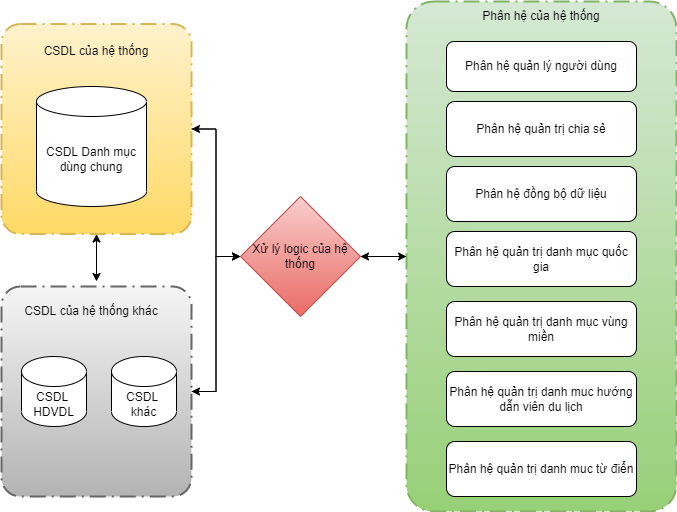
The draw.io diagram tcdl-Page-6.drawio.png in letheanh12345/Draw-io, before a commit. Source tidied: cells renumbered, new cells last; positions are measured from the earlier drawing's top-left corner, leaving out a move shared by most shapes. Source of this version:
```xml
<mxGraphModel>
  <root>
    <mxCell id="0" />
    <mxCell id="1" parent="0" />
    <mxCell id="2" style="edgeStyle=orthogonalEdgeStyle;rounded=0;jettySize=auto;html=1;entryX=0;entryY=0.5;entryDx=0;entryDy=0;" parent="1" edge="1" source="3" target="25">
      <mxGeometry relative="1" as="geometry" />
    </mxCell>
    <mxCell id="3" style="points=[[0.25,0,0],[0.5,0,0],[0.75,0,0],[1,0.25,0],[1,0.5,0],[1,0.75,0],[0.75,1,0],[0.5,1,0],[0.25,1,0],[0,0.75,0],[0,0.5,0],[0,0.25,0]];rounded=1;arcSize=10;dashed=1;dashPattern=8 3 1 3;strokeWidth=2;fontStyle=1;fontSize=20;fillColor=#fff2cc;gradientColor=#ffd966;strokeColor=#d6b656;" parent="1" vertex="1">
      <mxGeometry y="22.5" width="190" height="210" as="geometry" />
    </mxCell>
    <mxCell id="4" value="CSDL của hệ thống" style="text;html=1;strokeColor=none;fillColor=none;align=center;verticalAlign=middle;whiteSpace=wrap;rounded=0;" parent="1" vertex="1">
      <mxGeometry x="15" y="35" width="160" height="30" as="geometry" />
    </mxCell>
    <mxCell id="5" value="CSDL Danh mục dùng chung" style="shape=cylinder3;whiteSpace=wrap;html=1;boundedLbl=1;backgroundOutline=1;size=15;" parent="1" vertex="1">
      <mxGeometry x="35" y="85" width="110" height="120" as="geometry" />
    </mxCell>
    <mxCell id="6" style="edgeStyle=orthogonalEdgeStyle;rounded=0;jettySize=auto;html=1;entryX=1;entryY=0.5;entryDx=0;entryDy=0;" parent="1" edge="1" source="7" target="25">
      <mxGeometry relative="1" as="geometry" />
    </mxCell>
    <mxCell id="7" style="points=[[0.25,0,0],[0.5,0,0],[0.75,0,0],[1,0.25,0],[1,0.5,0],[1,0.75,0],[0.75,1,0],[0.5,1,0],[0.25,1,0],[0,0.75,0],[0,0.5,0],[0,0.25,0]];rounded=1;arcSize=10;dashed=1;dashPattern=8 3 1 3;strokeWidth=2;fontStyle=1;fontSize=20;fillColor=#d5e8d4;gradientColor=#97d077;strokeColor=#82b366;" parent="1" vertex="1">
      <mxGeometry x="405" width="270" height="510" as="geometry" />
    </mxCell>
    <mxCell id="8" value="Phân hệ quản lý người dùng" style="rounded=1;whiteSpace=wrap;html=1;" parent="1" vertex="1">
      <mxGeometry x="445" y="40" width="190" height="50" as="geometry" />
    </mxCell>
    <mxCell id="9" value="Phân hệ của hệ thống" style="text;html=1;strokeColor=none;fillColor=none;align=center;verticalAlign=middle;whiteSpace=wrap;rounded=0;" parent="1" vertex="1">
      <mxGeometry x="425" width="230" height="30" as="geometry" />
    </mxCell>
    <mxCell id="10" value="Phân hệ quản trị chia sẻ" style="rounded=1;whiteSpace=wrap;html=1;" parent="1" vertex="1">
      <mxGeometry x="445" y="100" width="190" height="55" as="geometry" />
    </mxCell>
    <mxCell id="11" value="Phân hệ đồng bộ dữ liệu" style="rounded=1;whiteSpace=wrap;html=1;" parent="1" vertex="1">
      <mxGeometry x="445" y="165" width="190" height="55" as="geometry" />
    </mxCell>
    <mxCell id="12" value="Phân hệ quản trị danh mục quốc gia" style="rounded=1;whiteSpace=wrap;html=1;" parent="1" vertex="1">
      <mxGeometry x="445" y="230" width="190" height="55" as="geometry" />
    </mxCell>
    <mxCell id="13" value="Phân hệ quản trị danh mục vùng miền" style="rounded=1;whiteSpace=wrap;html=1;" parent="1" vertex="1">
      <mxGeometry x="445" y="300" width="190" height="55" as="geometry" />
    </mxCell>
    <mxCell id="14" value="Phân hệ quản trị danh muc hướng dẫn viên du lịch" style="rounded=1;whiteSpace=wrap;html=1;" parent="1" vertex="1">
      <mxGeometry x="445" y="370" width="190" height="55" as="geometry" />
    </mxCell>
    <mxCell id="15" value="Phân hệ quản trị danh muc từ điển" style="rounded=1;whiteSpace=wrap;html=1;" parent="1" vertex="1">
      <mxGeometry x="445" y="440" width="190" height="55" as="geometry" />
    </mxCell>
    <mxCell id="16" style="edgeStyle=orthogonalEdgeStyle;rounded=0;jettySize=auto;html=1;entryX=0;entryY=0.5;entryDx=0;entryDy=0;" parent="1" edge="1" source="17" target="25">
      <mxGeometry relative="1" as="geometry" />
    </mxCell>
    <mxCell id="17" style="points=[[0.25,0,0],[0.5,0,0],[0.75,0,0],[1,0.25,0],[1,0.5,0],[1,0.75,0],[0.75,1,0],[0.5,1,0],[0.25,1,0],[0,0.75,0],[0,0.5,0],[0,0.25,0]];rounded=1;arcSize=10;dashed=1;dashPattern=8 3 1 3;strokeWidth=2;fontStyle=1;fontSize=20;fillColor=#f5f5f5;gradientColor=#b3b3b3;strokeColor=#666666;" parent="1" vertex="1">
      <mxGeometry y="285" width="190" height="210" as="geometry" />
    </mxCell>
    <mxCell id="18" value="CSDL của hệ thống khác" style="text;html=1;strokeColor=none;fillColor=none;align=center;verticalAlign=middle;whiteSpace=wrap;rounded=0;" parent="1" vertex="1">
      <mxGeometry x="10" y="295" width="160" height="30" as="geometry" />
    </mxCell>
    <mxCell id="19" value="CSDL&amp;nbsp; HDVDL" style="shape=cylinder3;whiteSpace=wrap;html=1;boundedLbl=1;backgroundOutline=1;size=15;" parent="1" vertex="1">
      <mxGeometry x="20" y="355" width="65" height="70" as="geometry" />
    </mxCell>
    <mxCell id="20" value="CSDL&amp;nbsp; khác" style="shape=cylinder3;whiteSpace=wrap;html=1;boundedLbl=1;backgroundOutline=1;size=15;" parent="1" vertex="1">
      <mxGeometry x="110" y="355" width="65" height="70" as="geometry" />
    </mxCell>
    <mxCell id="21" style="endArrow=classic;startArrow=classic;html=1;rounded=0;exitX=0.5;exitY=1;exitDx=0;exitDy=0;exitPerimeter=0;" parent="1" edge="1" source="3">
      <mxGeometry relative="1" as="geometry">
        <mxPoint x="95" y="280" as="targetPoint" />
      </mxGeometry>
    </mxCell>
    <mxCell id="22" style="edgeStyle=orthogonalEdgeStyle;rounded=0;jettySize=auto;html=1;entryX=0;entryY=0.5;entryDx=0;entryDy=0;entryPerimeter=0;" parent="1" edge="1" source="25" target="7">
      <mxGeometry relative="1" as="geometry" />
    </mxCell>
    <mxCell id="23" style="edgeStyle=orthogonalEdgeStyle;rounded=0;jettySize=auto;html=1;entryX=1;entryY=0.5;entryDx=0;entryDy=0;entryPerimeter=0;" parent="1" edge="1" source="25" target="3">
      <mxGeometry relative="1" as="geometry" />
    </mxCell>
    <mxCell id="24" style="edgeStyle=orthogonalEdgeStyle;rounded=0;jettySize=auto;html=1;entryX=1;entryY=0.5;entryDx=0;entryDy=0;entryPerimeter=0;" parent="1" edge="1" source="25" target="17">
      <mxGeometry relative="1" as="geometry" />
    </mxCell>
    <mxCell id="25" value="Xử lý logic của hệ thống" style="rhombus;whiteSpace=wrap;html=1;fillColor=#f8cecc;gradientColor=#ea6b66;strokeColor=#b85450;" parent="1" vertex="1">
      <mxGeometry x="239" y="195" width="120" height="120" as="geometry" />
    </mxCell>
  </root>
</mxGraphModel>
```
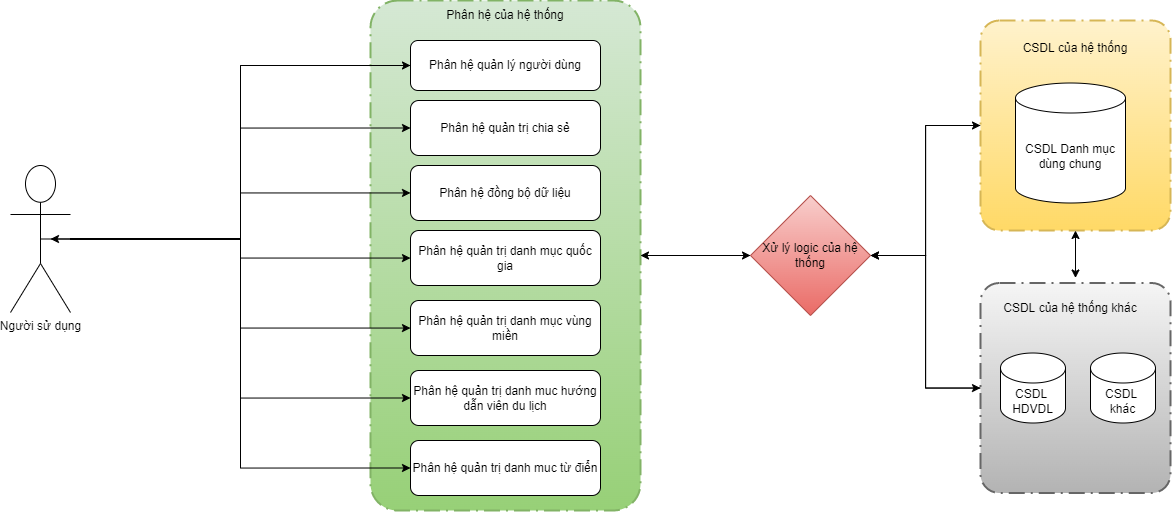
The same diagram one commit later.

Change to the diagram source:
```diff
@@ -2,24 +2,34 @@
   <root>
     <mxCell id="0" />
     <mxCell id="1" parent="0" />
-    <mxCell id="2" style="edgeStyle=orthogonalEdgeStyle;rounded=0;jettySize=auto;html=1;entryX=0;entryY=0.5;entryDx=0;entryDy=0;" parent="1" edge="1" source="3" target="25">
+    <mxCell id="2" style="edgeStyle=orthogonalEdgeStyle;rounded=0;jettySize=auto;html=1;entryX=1;entryY=0.5;entryDx=0;entryDy=0;" parent="1" edge="1" source="3" target="25">
       <mxGeometry relative="1" as="geometry" />
     </mxCell>
     <mxCell id="3" style="points=[[0.25,0,0],[0.5,0,0],[0.75,0,0],[1,0.25,0],[1,0.5,0],[1,0.75,0],[0.75,1,0],[0.5,1,0],[0.25,1,0],[0,0.75,0],[0,0.5,0],[0,0.25,0]];rounded=1;arcSize=10;dashed=1;dashPattern=8 3 1 3;strokeWidth=2;fontStyle=1;fontSize=20;fillColor=#fff2cc;gradientColor=#ffd966;strokeColor=#d6b656;" parent="1" vertex="1">
-      <mxGeometry y="22.5" width="190" height="210" as="geometry" />
+      <mxGeometry x="1015" y="20" width="190" height="210" as="geometry" />
     </mxCell>
     <mxCell id="4" value="CSDL của hệ thống" style="text;html=1;strokeColor=none;fillColor=none;align=center;verticalAlign=middle;whiteSpace=wrap;rounded=0;" parent="1" vertex="1">
-      <mxGeometry x="15" y="35" width="160" height="30" as="geometry" />
+      <mxGeometry x="1030" y="32.5" width="160" height="30" as="geometry" />
     </mxCell>
     <mxCell id="5" value="CSDL Danh mục dùng chung" style="shape=cylinder3;whiteSpace=wrap;html=1;boundedLbl=1;backgroundOutline=1;size=15;" parent="1" vertex="1">
-      <mxGeometry x="35" y="85" width="110" height="120" as="geometry" />
+      <mxGeometry x="1050" y="82.5" width="110" height="120" as="geometry" />
     </mxCell>
-    <mxCell id="6" style="edgeStyle=orthogonalEdgeStyle;rounded=0;jettySize=auto;html=1;entryX=1;entryY=0.5;entryDx=0;entryDy=0;" parent="1" edge="1" source="7" target="25">
+    <mxCell id="6" style="edgeStyle=orthogonalEdgeStyle;rounded=0;jettySize=auto;html=1;entryX=0;entryY=0.5;entryDx=0;entryDy=0;" parent="1" edge="1" source="7" target="25">
       <mxGeometry relative="1" as="geometry" />
     </mxCell>
     <mxCell id="7" style="points=[[0.25,0,0],[0.5,0,0],[0.75,0,0],[1,0.25,0],[1,0.5,0],[1,0.75,0],[0.75,1,0],[0.5,1,0],[0.25,1,0],[0,0.75,0],[0,0.5,0],[0,0.25,0]];rounded=1;arcSize=10;dashed=1;dashPattern=8 3 1 3;strokeWidth=2;fontStyle=1;fontSize=20;fillColor=#d5e8d4;gradientColor=#97d077;strokeColor=#82b366;" parent="1" vertex="1">
       <mxGeometry x="405" width="270" height="510" as="geometry" />
     </mxCell>
+    <mxCell id="26" style="edgeStyle=orthogonalEdgeStyle;rounded=0;orthogonalLoop=1;jettySize=auto;html=1;entryX=0.5;entryY=0.5;entryDx=0;entryDy=0;entryPerimeter=0;" parent="1" edge="1">
+      <mxGeometry relative="1" as="geometry">
+        <mxPoint x="445" y="65" as="sourcePoint" />
+        <mxPoint x="85" y="238.5" as="targetPoint" />
+        <Array as="points">
+          <mxPoint x="275" y="65" />
+          <mxPoint x="275" y="238" />
+        </Array>
+      </mxGeometry>
+    </mxCell>
     <mxCell id="8" value="Phân hệ quản lý người dùng" style="rounded=1;whiteSpace=wrap;html=1;" parent="1" vertex="1">
       <mxGeometry x="445" y="40" width="190" height="50" as="geometry" />
     </mxCell>
@@ -44,37 +54,61 @@
     <mxCell id="15" value="Phân hệ quản trị danh muc từ điển" style="rounded=1;whiteSpace=wrap;html=1;" parent="1" vertex="1">
       <mxGeometry x="445" y="440" width="190" height="55" as="geometry" />
     </mxCell>
-    <mxCell id="16" style="edgeStyle=orthogonalEdgeStyle;rounded=0;jettySize=auto;html=1;entryX=0;entryY=0.5;entryDx=0;entryDy=0;" parent="1" edge="1" source="17" target="25">
+    <mxCell id="16" style="edgeStyle=orthogonalEdgeStyle;rounded=0;jettySize=auto;html=1;entryX=1;entryY=0.5;entryDx=0;entryDy=0;" parent="1" edge="1" source="17" target="25">
       <mxGeometry relative="1" as="geometry" />
     </mxCell>
     <mxCell id="17" style="points=[[0.25,0,0],[0.5,0,0],[0.75,0,0],[1,0.25,0],[1,0.5,0],[1,0.75,0],[0.75,1,0],[0.5,1,0],[0.25,1,0],[0,0.75,0],[0,0.5,0],[0,0.25,0]];rounded=1;arcSize=10;dashed=1;dashPattern=8 3 1 3;strokeWidth=2;fontStyle=1;fontSize=20;fillColor=#f5f5f5;gradientColor=#b3b3b3;strokeColor=#666666;" parent="1" vertex="1">
-      <mxGeometry y="285" width="190" height="210" as="geometry" />
+      <mxGeometry x="1015" y="282.5" width="190" height="210" as="geometry" />
     </mxCell>
     <mxCell id="18" value="CSDL của hệ thống khác" style="text;html=1;strokeColor=none;fillColor=none;align=center;verticalAlign=middle;whiteSpace=wrap;rounded=0;" parent="1" vertex="1">
-      <mxGeometry x="10" y="295" width="160" height="30" as="geometry" />
+      <mxGeometry x="1025" y="292.5" width="160" height="30" as="geometry" />
     </mxCell>
     <mxCell id="19" value="CSDL&amp;nbsp; HDVDL" style="shape=cylinder3;whiteSpace=wrap;html=1;boundedLbl=1;backgroundOutline=1;size=15;" parent="1" vertex="1">
-      <mxGeometry x="20" y="355" width="65" height="70" as="geometry" />
+      <mxGeometry x="1035" y="352.5" width="65" height="70" as="geometry" />
     </mxCell>
     <mxCell id="20" value="CSDL&amp;nbsp; khác" style="shape=cylinder3;whiteSpace=wrap;html=1;boundedLbl=1;backgroundOutline=1;size=15;" parent="1" vertex="1">
-      <mxGeometry x="110" y="355" width="65" height="70" as="geometry" />
+      <mxGeometry x="1125" y="352.5" width="65" height="70" as="geometry" />
     </mxCell>
     <mxCell id="21" style="endArrow=classic;startArrow=classic;html=1;rounded=0;exitX=0.5;exitY=1;exitDx=0;exitDy=0;exitPerimeter=0;" parent="1" edge="1" source="3">
       <mxGeometry relative="1" as="geometry">
-        <mxPoint x="95" y="280" as="targetPoint" />
+        <mxPoint x="1110" y="277.5" as="targetPoint" />
       </mxGeometry>
     </mxCell>
-    <mxCell id="22" style="edgeStyle=orthogonalEdgeStyle;rounded=0;jettySize=auto;html=1;entryX=0;entryY=0.5;entryDx=0;entryDy=0;entryPerimeter=0;" parent="1" edge="1" source="25" target="7">
+    <mxCell id="22" style="edgeStyle=orthogonalEdgeStyle;rounded=0;jettySize=auto;html=1;entryX=1;entryY=0.5;entryDx=0;entryDy=0;entryPerimeter=0;" parent="1" edge="1" source="25" target="7">
       <mxGeometry relative="1" as="geometry" />
     </mxCell>
-    <mxCell id="23" style="edgeStyle=orthogonalEdgeStyle;rounded=0;jettySize=auto;html=1;entryX=1;entryY=0.5;entryDx=0;entryDy=0;entryPerimeter=0;" parent="1" edge="1" source="25" target="3">
+    <mxCell id="23" style="edgeStyle=orthogonalEdgeStyle;rounded=0;jettySize=auto;html=1;entryX=0;entryY=0.5;entryDx=0;entryDy=0;entryPerimeter=0;" parent="1" edge="1" source="25" target="3">
       <mxGeometry relative="1" as="geometry" />
     </mxCell>
-    <mxCell id="24" style="edgeStyle=orthogonalEdgeStyle;rounded=0;jettySize=auto;html=1;entryX=1;entryY=0.5;entryDx=0;entryDy=0;entryPerimeter=0;" parent="1" edge="1" source="25" target="17">
+    <mxCell id="24" style="edgeStyle=orthogonalEdgeStyle;rounded=0;jettySize=auto;html=1;" parent="1" edge="1" source="25" target="17">
       <mxGeometry relative="1" as="geometry" />
     </mxCell>
     <mxCell id="25" value="Xử lý logic của hệ thống" style="rhombus;whiteSpace=wrap;html=1;fillColor=#f8cecc;gradientColor=#ea6b66;strokeColor=#b85450;" parent="1" vertex="1">
-      <mxGeometry x="239" y="195" width="120" height="120" as="geometry" />
+      <mxGeometry x="785" y="195" width="120" height="120" as="geometry" />
     </mxCell>
+    <mxCell id="27" style="edgeStyle=orthogonalEdgeStyle;rounded=0;jettySize=auto;html=1;exitX=0.5;exitY=0.5;exitDx=0;exitDy=0;exitPerimeter=0;entryX=0;entryY=0.5;entryDx=0;entryDy=0;" parent="1" edge="1" source="34" target="8">
+      <mxGeometry relative="1" as="geometry" />
+    </mxCell>
+    <mxCell id="28" style="edgeStyle=orthogonalEdgeStyle;rounded=0;jettySize=auto;html=1;entryX=0;entryY=0.5;entryDx=0;entryDy=0;" parent="1" edge="1" source="34" target="10">
+      <mxGeometry relative="1" as="geometry" />
+    </mxCell>
+    <mxCell id="29" style="edgeStyle=orthogonalEdgeStyle;rounded=0;jettySize=auto;html=1;" parent="1" edge="1" source="34" target="11">
+      <mxGeometry relative="1" as="geometry" />
+    </mxCell>
+    <mxCell id="30" style="edgeStyle=orthogonalEdgeStyle;rounded=0;jettySize=auto;html=1;" parent="1" edge="1" source="34" target="12">
+      <mxGeometry relative="1" as="geometry" />
+    </mxCell>
+    <mxCell id="31" style="edgeStyle=orthogonalEdgeStyle;rounded=0;jettySize=auto;html=1;" parent="1" edge="1" source="34" target="13">
+      <mxGeometry relative="1" as="geometry" />
+    </mxCell>
+    <mxCell id="32" style="edgeStyle=orthogonalEdgeStyle;rounded=0;jettySize=auto;html=1;entryX=0;entryY=0.5;entryDx=0;entryDy=0;" parent="1" edge="1" source="34" target="14">
+      <mxGeometry relative="1" as="geometry" />
+    </mxCell>
+    <mxCell id="33" style="edgeStyle=orthogonalEdgeStyle;rounded=0;jettySize=auto;html=1;entryX=0;entryY=0.5;entryDx=0;entryDy=0;" parent="1" edge="1" source="34" target="15">
+      <mxGeometry relative="1" as="geometry" />
+    </mxCell>
+    <mxCell id="34" value="Người sử dụng" style="shape=umlActor;verticalLabelPosition=bottom;verticalAlign=top;html=1;outlineConnect=0;" parent="1" vertex="1">
+      <mxGeometry x="45" y="165" width="60" height="147" as="geometry" />
+    </mxCell>
   </root>
 </mxGraphModel>
```
